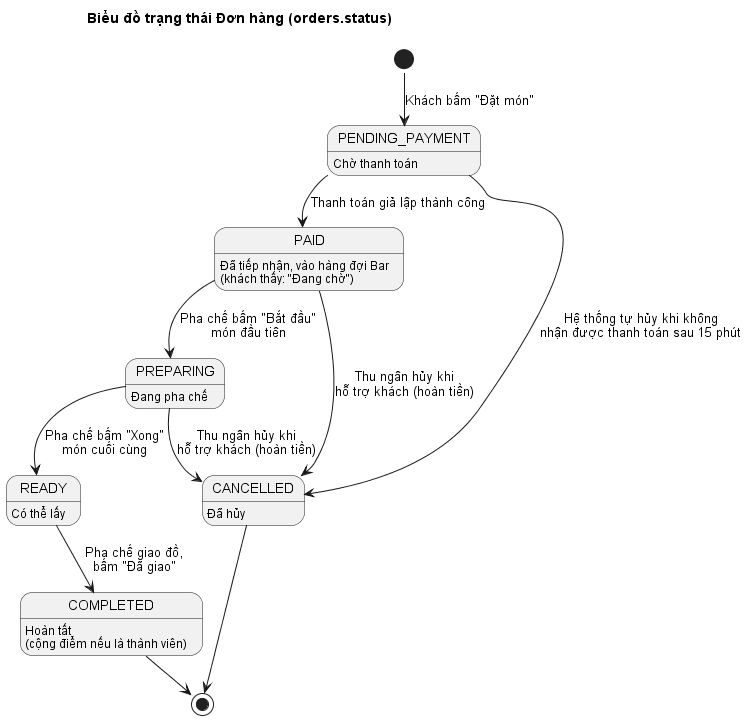
thanhbinh0493/smartcafe keeps this PlantUML diagram as 1.Bao_cao/Thiet_ke_he_thong/diagrams/png/III_state_don_hang.png. Above is the earlier version.
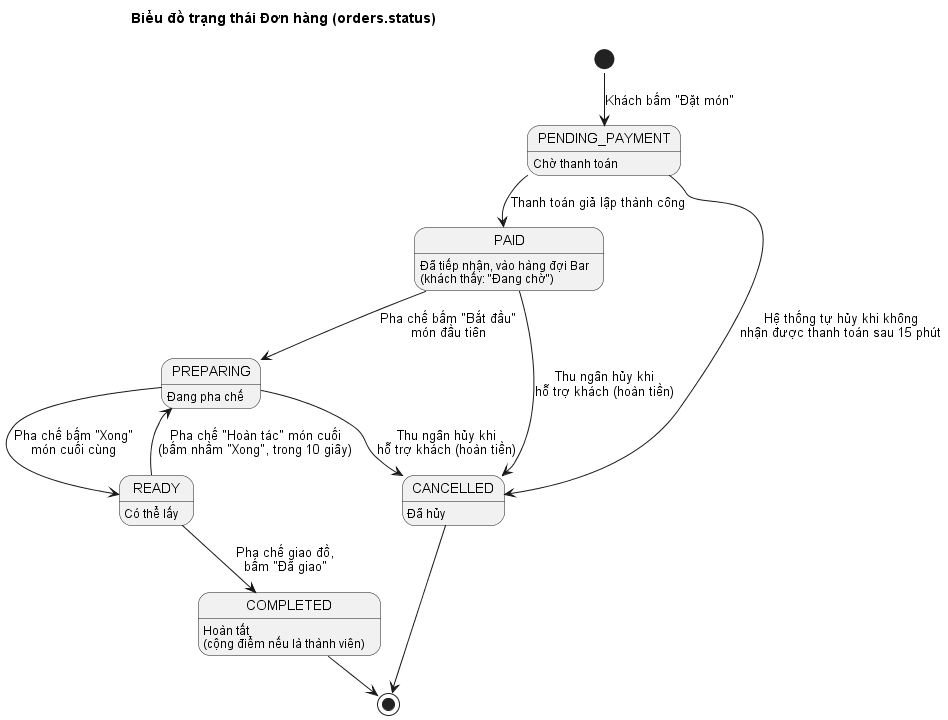
After the commit.

What changed in the source:
```diff
@@ -18,6 +18,7 @@
 
 READY : Có thể lấy
 READY --> COMPLETED : Pha chế giao đồ,\nbấm "Đã giao"
+READY --> PREPARING : Pha chế "Hoàn tác" món cuối\n(bấm nhầm "Xong", trong 10 giây)
 
 COMPLETED : Hoàn tất\n(cộng điểm nếu là thành viên)
 CANCELLED : Đã hủy
```
